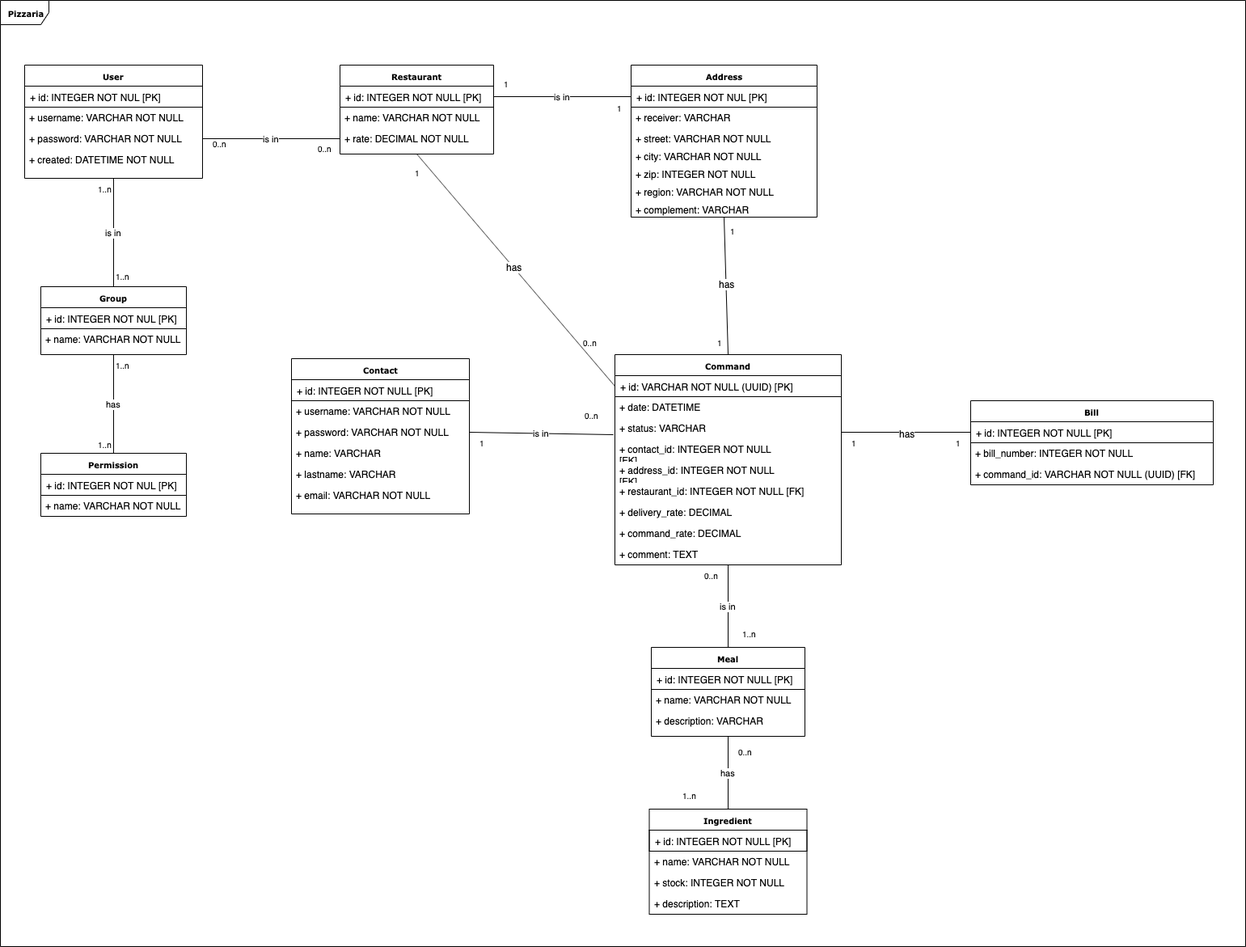
ritchy7/cosotespi keeps this draw.io diagram as docs/class diagram/class diagram pizzeria.png. Above is the earlier version. Source tidied: cells renumbered, new cells last; positions are measured from the earlier drawing's top-left corner, leaving out a move shared by most shapes.
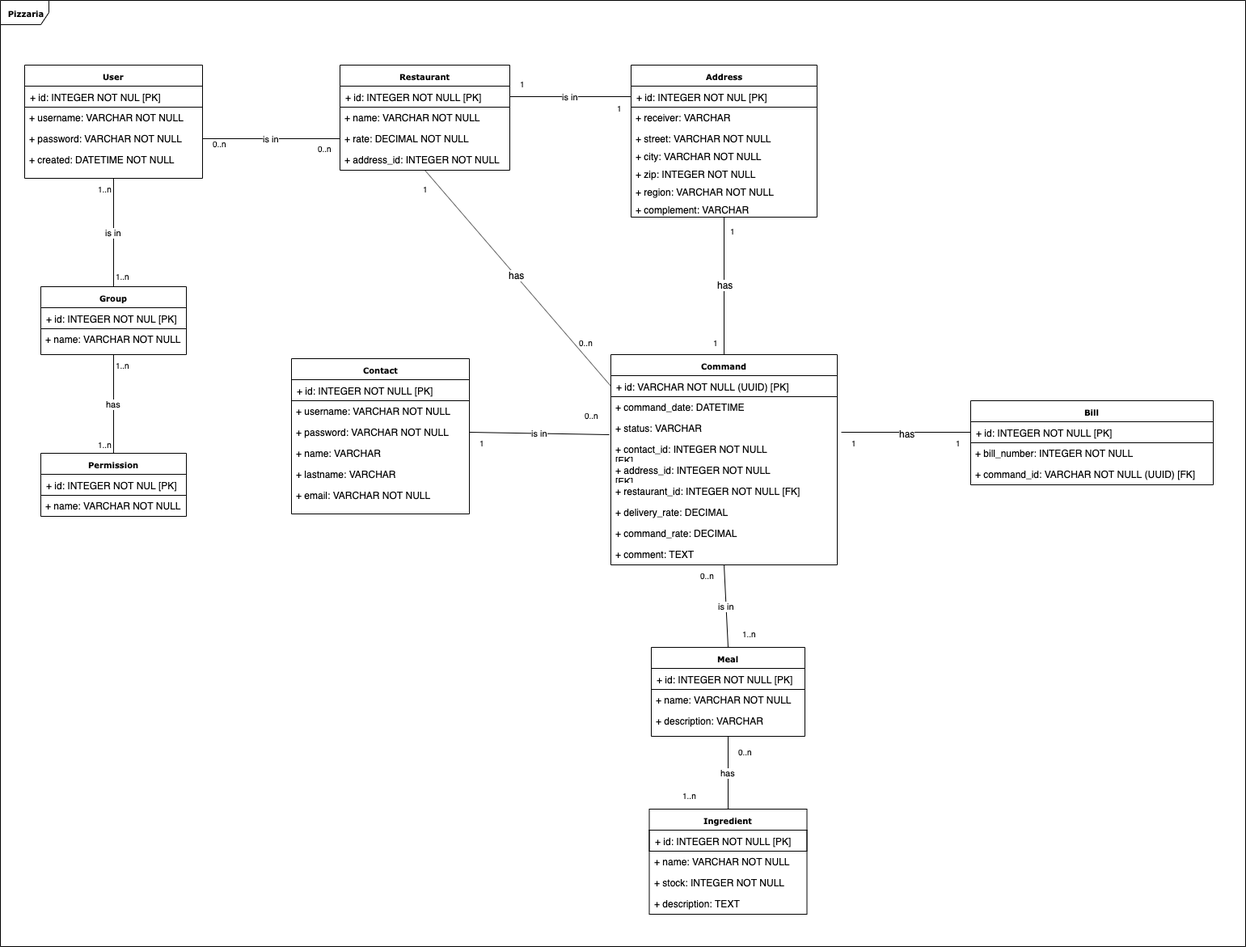
After the change.

Commit message:
add address_id to restaurant

Change to the diagram source:
```diff
@@ -6,12 +6,12 @@
       <mxGeometry width="1540" height="1170" as="geometry" />
     </mxCell>
     <mxCell id="3" value="&lt;b&gt;Command&lt;/b&gt;" style="swimlane;html=1;fontStyle=0;horizontal=1;startSize=26;fillColor=none;swimlaneFillColor=#ffffff;rounded=0;shadow=0;comic=0;labelBackgroundColor=none;strokeColor=#000000;strokeWidth=1;fontFamily=Verdana;fontSize=10;fontColor=#000000;align=center;" parent="1" vertex="1">
-      <mxGeometry x="760" y="438" width="280" height="260" as="geometry" />
+      <mxGeometry x="755" y="438" width="280" height="260" as="geometry" />
     </mxCell>
     <mxCell id="4" value="+ id: VARCHAR NOT NULL (UUID) [PK]" style="text;html=1;strokeColor=#000000;fillColor=none;align=left;verticalAlign=top;spacingLeft=4;spacingRight=4;whiteSpace=wrap;overflow=hidden;points=[[0,0.5],[1,0.5]];portConstraint=eastwest;" parent="3" vertex="1">
       <mxGeometry y="26" width="280" height="26" as="geometry" />
     </mxCell>
-    <mxCell id="5" value="+ date: DATETIME" style="text;html=1;strokeColor=none;fillColor=none;align=left;verticalAlign=top;spacingLeft=4;spacingRight=4;whiteSpace=wrap;overflow=hidden;" parent="3" vertex="1">
+    <mxCell id="5" value="+ command_date: DATETIME" style="text;html=1;strokeColor=none;fillColor=none;align=left;verticalAlign=top;spacingLeft=4;spacingRight=4;whiteSpace=wrap;overflow=hidden;" parent="3" vertex="1">
       <mxGeometry y="52" width="280" height="26" as="geometry" />
     </mxCell>
     <mxCell id="6" value="+ status: VARCHAR" style="text;html=1;strokeColor=none;fillColor=none;align=left;verticalAlign=top;spacingLeft=4;spacingRight=4;whiteSpace=wrap;overflow=hidden;points=[[0,0.5],[1,0.5]];portConstraint=eastwest;" parent="3" vertex="1">
@@ -261,17 +261,20 @@
       </mxGeometry>
     </mxCell>
     <mxCell id="78" value="&lt;b&gt;Restaurant&lt;/b&gt;" style="swimlane;html=1;fontStyle=0;horizontal=1;startSize=26;fillColor=none;swimlaneFillColor=#ffffff;rounded=0;shadow=0;comic=0;labelBackgroundColor=none;strokeColor=#000000;strokeWidth=1;fontFamily=Verdana;fontSize=10;fontColor=#000000;align=center;" parent="1" vertex="1">
-      <mxGeometry x="420" y="80" width="190" height="110" as="geometry" />
+      <mxGeometry x="420" y="80" width="210" height="130" as="geometry" />
     </mxCell>
     <mxCell id="79" value="+ id: INTEGER NOT NULL [PK]" style="text;html=1;strokeColor=#000000;fillColor=none;align=left;verticalAlign=top;spacingLeft=4;spacingRight=4;whiteSpace=wrap;overflow=hidden;points=[[0,0.5],[1,0.5]];portConstraint=eastwest;" parent="78" vertex="1">
-      <mxGeometry y="26" width="190" height="26" as="geometry" />
+      <mxGeometry y="26" width="210" height="26" as="geometry" />
     </mxCell>
     <mxCell id="80" value="+ name: VARCHAR NOT NULL" style="text;html=1;strokeColor=none;fillColor=none;align=left;verticalAlign=top;spacingLeft=4;spacingRight=4;whiteSpace=wrap;overflow=hidden;" parent="78" vertex="1">
-      <mxGeometry y="52" width="190" height="26" as="geometry" />
+      <mxGeometry y="52" width="210" height="26" as="geometry" />
     </mxCell>
     <mxCell id="81" value="+ rate: DECIMAL NOT NULL" style="text;html=1;strokeColor=none;fillColor=none;align=left;verticalAlign=top;spacingLeft=4;spacingRight=4;whiteSpace=wrap;overflow=hidden;points=[[0,0.5],[1,0.5]];portConstraint=eastwest;" parent="78" vertex="1">
-      <mxGeometry y="78" width="190" height="26" as="geometry" />
+      <mxGeometry y="78" width="210" height="26" as="geometry" />
     </mxCell>
+    <mxCell id="89" value="+ address_id: INTEGER NOT NULL" style="text;html=1;strokeColor=none;fillColor=none;align=left;verticalAlign=top;spacingLeft=4;spacingRight=4;whiteSpace=wrap;overflow=hidden;" parent="78" vertex="1">
+      <mxGeometry y="104" width="210" height="26" as="geometry" />
+    </mxCell>
     <mxCell id="82" value="is in" style="endArrow=none;html=1;endSize=12;startArrow=none;startSize=14;startFill=0;endFill=0;exitX=0;exitY=0.5;exitDx=0;exitDy=0;entryX=1;entryY=0.5;entryDx=0;entryDy=0;" parent="1" edge="1" source="41" target="79">
       <mxGeometry relative="1" as="geometry" />
     </mxCell>
@@ -282,7 +285,7 @@
     </mxCell>
     <mxCell id="84" value="1" style="html=1;align=left;verticalAlign=top;labelBackgroundColor=#ffffff;fontSize=10;" parent="82" vertex="1">
       <mxGeometry x="-1" relative="1" as="geometry">
-        <mxPoint x="-160" y="-29" as="offset" />
+        <mxPoint x="-140" y="-29" as="offset" />
       </mxGeometry>
     </mxCell>
     <mxCell id="85" style="endArrow=none;html=1;endSize=12;startArrow=none;startSize=14;startFill=0;endFill=0;exitX=0.5;exitY=1;exitDx=0;exitDy=0;entryX=0;entryY=0.5;entryDx=0;entryDy=0;" parent="1" edge="1" source="78" target="4">
```
